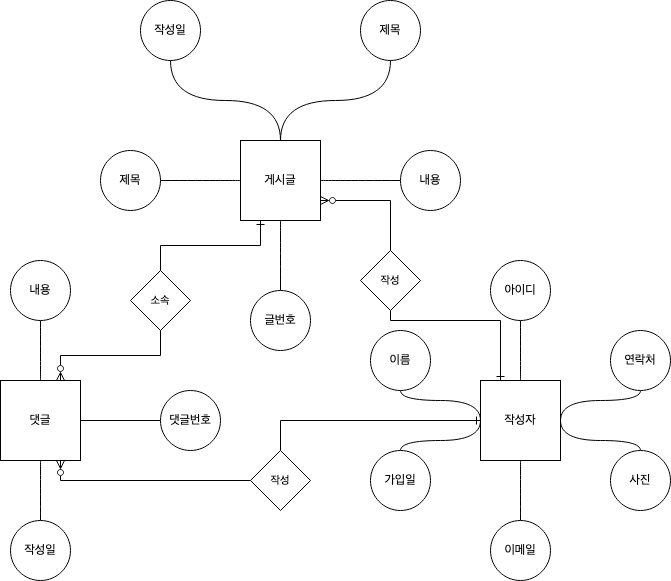
Before: 블로그ERD01.drawio.png, a diagram exported from draw.io (FluffyLily/myBlog). Source tidied: cells renumbered, new cells last; positions are measured from the earlier drawing's top-left corner, leaving out a move shared by most shapes. Its diagram source:
```xml
<mxGraphModel>
  <root>
    <mxCell id="0" />
    <mxCell id="1" parent="0" />
    <mxCell id="2" value="작성일" style="ellipse;whiteSpace=wrap;html=1;" parent="1" vertex="1">
      <mxGeometry x="140" width="60" height="60" as="geometry" />
    </mxCell>
    <mxCell id="3" style="edgeStyle=orthogonalEdgeStyle;jettySize=auto;html=1;exitX=0;exitY=0.5;exitDx=0;exitDy=0;endArrow=none;endFill=0;curved=1;" parent="1" edge="1" source="8" target="21">
      <mxGeometry relative="1" as="geometry" />
    </mxCell>
    <mxCell id="4" style="rounded=0;jettySize=auto;html=1;exitX=0.5;exitY=0;exitDx=0;exitDy=0;edgeStyle=orthogonalEdgeStyle;curved=1;endArrow=none;endFill=0;" parent="1" edge="1" source="8" target="2">
      <mxGeometry relative="1" as="geometry">
        <Array as="points">
          <mxPoint x="280" y="100" />
          <mxPoint x="170" y="100" />
        </Array>
      </mxGeometry>
    </mxCell>
    <mxCell id="5" style="edgeStyle=orthogonalEdgeStyle;shape=connector;jettySize=auto;html=1;exitX=1;exitY=0.5;exitDx=0;exitDy=0;entryX=0;entryY=0.5;entryDx=0;entryDy=0;labelBackgroundColor=default;strokeColor=default;fontFamily=Helvetica;fontSize=11;fontColor=default;endArrow=none;endFill=0;curved=1;" parent="1" edge="1" source="8" target="20">
      <mxGeometry relative="1" as="geometry" />
    </mxCell>
    <mxCell id="6" style="edgeStyle=orthogonalEdgeStyle;shape=connector;jettySize=auto;html=1;exitX=0.5;exitY=0;exitDx=0;exitDy=0;labelBackgroundColor=default;strokeColor=default;fontFamily=Helvetica;fontSize=11;fontColor=default;endArrow=none;endFill=0;curved=1;" parent="1" edge="1" source="8" target="31">
      <mxGeometry relative="1" as="geometry" />
    </mxCell>
    <mxCell id="7" style="edgeStyle=orthogonalEdgeStyle;shape=connector;jettySize=auto;html=1;exitX=0.5;exitY=1;exitDx=0;exitDy=0;entryX=0.5;entryY=0;entryDx=0;entryDy=0;labelBackgroundColor=default;strokeColor=default;fontFamily=Helvetica;fontSize=11;fontColor=default;endArrow=none;endFill=0;curved=1;" parent="1" edge="1" source="8" target="32">
      <mxGeometry relative="1" as="geometry" />
    </mxCell>
    <mxCell id="8" value="게시글" style="whiteSpace=wrap;html=1;" parent="1" vertex="1">
      <mxGeometry x="240" y="140" width="80" height="80" as="geometry" />
    </mxCell>
    <mxCell id="9" style="edgeStyle=orthogonalEdgeStyle;shape=connector;jettySize=auto;html=1;exitX=0.5;exitY=0;exitDx=0;exitDy=0;entryX=0.5;entryY=1;entryDx=0;entryDy=0;labelBackgroundColor=default;strokeColor=default;fontFamily=Helvetica;fontSize=11;fontColor=default;endArrow=none;endFill=0;curved=1;" parent="1" edge="1" source="12" target="23">
      <mxGeometry relative="1" as="geometry" />
    </mxCell>
    <mxCell id="10" style="edgeStyle=orthogonalEdgeStyle;shape=connector;jettySize=auto;html=1;exitX=0.5;exitY=1;exitDx=0;exitDy=0;entryX=0.5;entryY=0;entryDx=0;entryDy=0;labelBackgroundColor=default;strokeColor=default;fontFamily=Helvetica;fontSize=11;fontColor=default;endArrow=none;endFill=0;curved=1;" parent="1" edge="1" source="12" target="22">
      <mxGeometry relative="1" as="geometry" />
    </mxCell>
    <mxCell id="11" style="edgeStyle=orthogonalEdgeStyle;shape=connector;rounded=0;jettySize=auto;html=1;exitX=1;exitY=0.5;exitDx=0;exitDy=0;entryX=0;entryY=0.5;entryDx=0;entryDy=0;labelBackgroundColor=default;strokeColor=default;fontFamily=Helvetica;fontSize=11;fontColor=default;endArrow=none;endFill=0;" parent="1" edge="1" source="12" target="30">
      <mxGeometry relative="1" as="geometry" />
    </mxCell>
    <mxCell id="12" value="댓글" style="whiteSpace=wrap;html=1;" parent="1" vertex="1">
      <mxGeometry y="380" width="80" height="80" as="geometry" />
    </mxCell>
    <mxCell id="13" style="edgeStyle=orthogonalEdgeStyle;shape=connector;jettySize=auto;html=1;exitX=0;exitY=0.5;exitDx=0;exitDy=0;entryX=0.5;entryY=1;entryDx=0;entryDy=0;labelBackgroundColor=default;strokeColor=default;fontFamily=Helvetica;fontSize=11;fontColor=default;endArrow=none;endFill=0;curved=1;" parent="1" edge="1" source="19" target="25">
      <mxGeometry relative="1" as="geometry">
        <Array as="points">
          <mxPoint x="480" y="400" />
          <mxPoint x="400" y="400" />
        </Array>
      </mxGeometry>
    </mxCell>
    <mxCell id="14" style="edgeStyle=orthogonalEdgeStyle;shape=connector;jettySize=auto;html=1;exitX=0.5;exitY=0;exitDx=0;exitDy=0;labelBackgroundColor=default;strokeColor=default;fontFamily=Helvetica;fontSize=11;fontColor=default;endArrow=none;endFill=0;curved=1;" parent="1" edge="1" source="19" target="24">
      <mxGeometry relative="1" as="geometry" />
    </mxCell>
    <mxCell id="15" style="edgeStyle=orthogonalEdgeStyle;shape=connector;jettySize=auto;html=1;exitX=1;exitY=0.5;exitDx=0;exitDy=0;entryX=0.5;entryY=1;entryDx=0;entryDy=0;labelBackgroundColor=default;strokeColor=default;fontFamily=Helvetica;fontSize=11;fontColor=default;endArrow=none;endFill=0;curved=1;" parent="1" edge="1" source="19" target="28">
      <mxGeometry relative="1" as="geometry">
        <Array as="points">
          <mxPoint x="560" y="400" />
          <mxPoint x="640" y="400" />
        </Array>
      </mxGeometry>
    </mxCell>
    <mxCell id="16" style="edgeStyle=orthogonalEdgeStyle;shape=connector;jettySize=auto;html=1;exitX=0.5;exitY=1;exitDx=0;exitDy=0;labelBackgroundColor=default;strokeColor=default;fontFamily=Helvetica;fontSize=11;fontColor=default;endArrow=none;endFill=0;curved=1;" parent="1" edge="1" source="19" target="27">
      <mxGeometry relative="1" as="geometry" />
    </mxCell>
    <mxCell id="17" style="edgeStyle=orthogonalEdgeStyle;shape=connector;jettySize=auto;html=1;exitX=0;exitY=0.5;exitDx=0;exitDy=0;entryX=0.5;entryY=0;entryDx=0;entryDy=0;labelBackgroundColor=default;strokeColor=default;fontFamily=Helvetica;fontSize=11;fontColor=default;endArrow=none;endFill=0;curved=1;" parent="1" edge="1" source="19" target="26">
      <mxGeometry relative="1" as="geometry">
        <Array as="points">
          <mxPoint x="480" y="440" />
          <mxPoint x="400" y="440" />
        </Array>
      </mxGeometry>
    </mxCell>
    <mxCell id="18" style="edgeStyle=orthogonalEdgeStyle;shape=connector;jettySize=auto;html=1;exitX=1;exitY=0.5;exitDx=0;exitDy=0;entryX=0.5;entryY=0;entryDx=0;entryDy=0;labelBackgroundColor=default;strokeColor=default;fontFamily=Helvetica;fontSize=11;fontColor=default;endArrow=none;endFill=0;curved=1;" parent="1" edge="1" source="19" target="29">
      <mxGeometry relative="1" as="geometry">
        <Array as="points">
          <mxPoint x="560" y="440" />
          <mxPoint x="640" y="440" />
        </Array>
      </mxGeometry>
    </mxCell>
    <mxCell id="19" value="&lt;div&gt;작성자&lt;/div&gt;" style="whiteSpace=wrap;html=1;" parent="1" vertex="1">
      <mxGeometry x="480" y="380" width="80" height="80" as="geometry" />
    </mxCell>
    <mxCell id="20" value="내용" style="ellipse;whiteSpace=wrap;html=1;" parent="1" vertex="1">
      <mxGeometry x="400" y="150" width="60" height="60" as="geometry" />
    </mxCell>
    <mxCell id="21" value="제목" style="ellipse;whiteSpace=wrap;html=1;" parent="1" vertex="1">
      <mxGeometry x="100" y="150" width="60" height="60" as="geometry" />
    </mxCell>
    <mxCell id="22" value="작성일" style="ellipse;whiteSpace=wrap;html=1;" parent="1" vertex="1">
      <mxGeometry x="10" y="520" width="60" height="60" as="geometry" />
    </mxCell>
    <mxCell id="23" value="내용" style="ellipse;whiteSpace=wrap;html=1;" parent="1" vertex="1">
      <mxGeometry x="10" y="260" width="60" height="60" as="geometry" />
    </mxCell>
    <mxCell id="24" value="아이디" style="ellipse;whiteSpace=wrap;html=1;" parent="1" vertex="1">
      <mxGeometry x="490" y="260" width="60" height="60" as="geometry" />
    </mxCell>
    <mxCell id="25" value="이름" style="ellipse;whiteSpace=wrap;html=1;" parent="1" vertex="1">
      <mxGeometry x="370" y="330" width="60" height="60" as="geometry" />
    </mxCell>
    <mxCell id="26" value="가입일" style="ellipse;whiteSpace=wrap;html=1;" parent="1" vertex="1">
      <mxGeometry x="370" y="450" width="60" height="60" as="geometry" />
    </mxCell>
    <mxCell id="27" value="이메일" style="ellipse;whiteSpace=wrap;html=1;" parent="1" vertex="1">
      <mxGeometry x="490" y="520" width="60" height="60" as="geometry" />
    </mxCell>
    <mxCell id="28" value="연락처" style="ellipse;whiteSpace=wrap;html=1;" parent="1" vertex="1">
      <mxGeometry x="610" y="330" width="60" height="60" as="geometry" />
    </mxCell>
    <mxCell id="29" value="사진" style="ellipse;whiteSpace=wrap;html=1;" parent="1" vertex="1">
      <mxGeometry x="610" y="450" width="60" height="60" as="geometry" />
    </mxCell>
    <mxCell id="30" value="댓글번호" style="ellipse;whiteSpace=wrap;html=1;" parent="1" vertex="1">
      <mxGeometry x="160" y="390" width="60" height="60" as="geometry" />
    </mxCell>
    <mxCell id="31" value="제목" style="ellipse;whiteSpace=wrap;html=1;" parent="1" vertex="1">
      <mxGeometry x="360" width="60" height="60" as="geometry" />
    </mxCell>
    <mxCell id="32" value="&lt;div&gt;글번호&lt;/div&gt;" style="ellipse;whiteSpace=wrap;html=1;" parent="1" vertex="1">
      <mxGeometry x="250" y="290" width="60" height="60" as="geometry" />
    </mxCell>
    <mxCell id="33" style="edgeStyle=orthogonalEdgeStyle;shape=connector;rounded=0;jettySize=auto;html=1;exitX=0.5;exitY=1;exitDx=0;exitDy=0;entryX=0.75;entryY=0;entryDx=0;entryDy=0;labelBackgroundColor=default;strokeColor=default;fontFamily=Helvetica;fontSize=11;fontColor=default;endArrow=ERzeroToMany;endFill=0;" parent="1" edge="1" source="35" target="12">
      <mxGeometry relative="1" as="geometry" />
    </mxCell>
    <mxCell id="34" style="edgeStyle=orthogonalEdgeStyle;shape=connector;rounded=0;jettySize=auto;html=1;exitX=0.5;exitY=0;exitDx=0;exitDy=0;entryX=0.25;entryY=1;entryDx=0;entryDy=0;labelBackgroundColor=default;strokeColor=default;fontFamily=Helvetica;fontSize=11;fontColor=default;endArrow=ERone;endFill=0;" parent="1" edge="1" source="35" target="8">
      <mxGeometry relative="1" as="geometry" />
    </mxCell>
    <mxCell id="35" value="소속" style="rhombus;whiteSpace=wrap;html=1;fontFamily=Helvetica;fontSize=11;fontColor=default;" parent="1" vertex="1">
      <mxGeometry x="130" y="270" width="60" height="60" as="geometry" />
    </mxCell>
    <mxCell id="36" style="edgeStyle=orthogonalEdgeStyle;shape=connector;rounded=0;jettySize=auto;html=1;exitX=0.5;exitY=0;exitDx=0;exitDy=0;entryX=1;entryY=0.75;entryDx=0;entryDy=0;labelBackgroundColor=default;strokeColor=default;fontFamily=Helvetica;fontSize=11;fontColor=default;endArrow=ERzeroToMany;endFill=0;" parent="1" edge="1" source="38" target="8">
      <mxGeometry relative="1" as="geometry" />
    </mxCell>
    <mxCell id="37" style="edgeStyle=orthogonalEdgeStyle;shape=connector;rounded=0;jettySize=auto;html=1;exitX=0.5;exitY=1;exitDx=0;exitDy=0;entryX=0.25;entryY=0;entryDx=0;entryDy=0;labelBackgroundColor=default;strokeColor=default;fontFamily=Helvetica;fontSize=11;fontColor=default;endArrow=ERone;endFill=0;" parent="1" edge="1" source="38" target="19">
      <mxGeometry relative="1" as="geometry">
        <Array as="points">
          <mxPoint x="390" y="320" />
          <mxPoint x="500" y="320" />
        </Array>
      </mxGeometry>
    </mxCell>
    <mxCell id="38" value="작성" style="rhombus;whiteSpace=wrap;html=1;fontFamily=Helvetica;fontSize=11;fontColor=default;" parent="1" vertex="1">
      <mxGeometry x="360" y="250" width="60" height="60" as="geometry" />
    </mxCell>
    <mxCell id="39" style="edgeStyle=orthogonalEdgeStyle;shape=connector;rounded=0;jettySize=auto;html=1;exitX=0.5;exitY=0;exitDx=0;exitDy=0;labelBackgroundColor=default;strokeColor=default;fontFamily=Helvetica;fontSize=11;fontColor=default;endArrow=ERone;endFill=0;" parent="1" edge="1" source="41" target="19">
      <mxGeometry relative="1" as="geometry" />
    </mxCell>
    <mxCell id="40" style="edgeStyle=orthogonalEdgeStyle;shape=connector;rounded=0;jettySize=auto;html=1;exitX=0;exitY=0.5;exitDx=0;exitDy=0;entryX=0.75;entryY=1;entryDx=0;entryDy=0;labelBackgroundColor=default;strokeColor=default;fontFamily=Helvetica;fontSize=11;fontColor=default;endArrow=ERzeroToMany;endFill=0;" parent="1" edge="1" source="41" target="12">
      <mxGeometry relative="1" as="geometry" />
    </mxCell>
    <mxCell id="41" value="작성" style="rhombus;whiteSpace=wrap;html=1;fontFamily=Helvetica;fontSize=11;fontColor=default;" parent="1" vertex="1">
      <mxGeometry x="250" y="450" width="60" height="60" as="geometry" />
    </mxCell>
  </root>
</mxGraphModel>
```
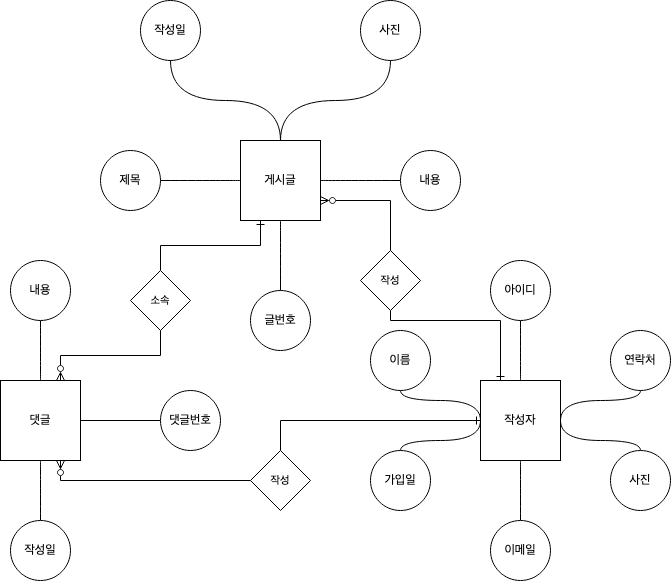
After the commit.

Change to the diagram source:
```diff
@@ -114,7 +114,7 @@
     <mxCell id="30" value="댓글번호" style="ellipse;whiteSpace=wrap;html=1;" parent="1" vertex="1">
       <mxGeometry x="160" y="390" width="60" height="60" as="geometry" />
     </mxCell>
-    <mxCell id="31" value="제목" style="ellipse;whiteSpace=wrap;html=1;" parent="1" vertex="1">
+    <mxCell id="31" value="사진" style="ellipse;whiteSpace=wrap;html=1;" parent="1" vertex="1">
       <mxGeometry x="360" width="60" height="60" as="geometry" />
     </mxCell>
     <mxCell id="32" value="&lt;div&gt;글번호&lt;/div&gt;" style="ellipse;whiteSpace=wrap;html=1;" parent="1" vertex="1">
```
